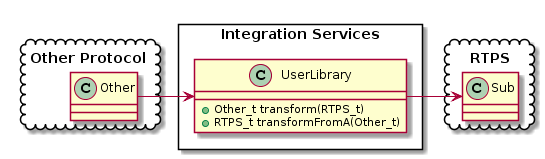
This is docs/IS-Other-to-RTPS.png from eProsima/Integration-Service-Deprecated, a PlantUML export, as it was before one commit.
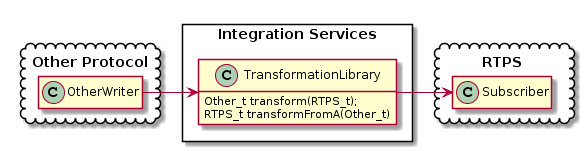
After the commit.

The edit, as a diff of the source:
```diff
@@ -1,20 +1,22 @@
 @startuml
+hide empty members
+
 package "Other Protocol" <<Cloud>> {
-    class Other
+    class OtherWriter
 }
 
 package "Integration Services" <<Rectangle>> {
-    class UserLibrary {
-        +Other_t transform(RTPS_t)
-        +RTPS_t transformFromA(Other_t)
+    class TransformationLibrary
+    {
+        Other_t transform(RTPS_t);
+        RTPS_t transformFromA(Other_t)
     }
 }
 
-UserLibrary <-right- Other
-
 package "RTPS" <<Cloud>> {
-    class Sub
+    class Subscriber
 }
 
-Sub <-left- UserLibrary
+OtherWriter -right-> TransformationLibrary
+TransformationLibrary -right-> Subscriber
 @enduml
```
